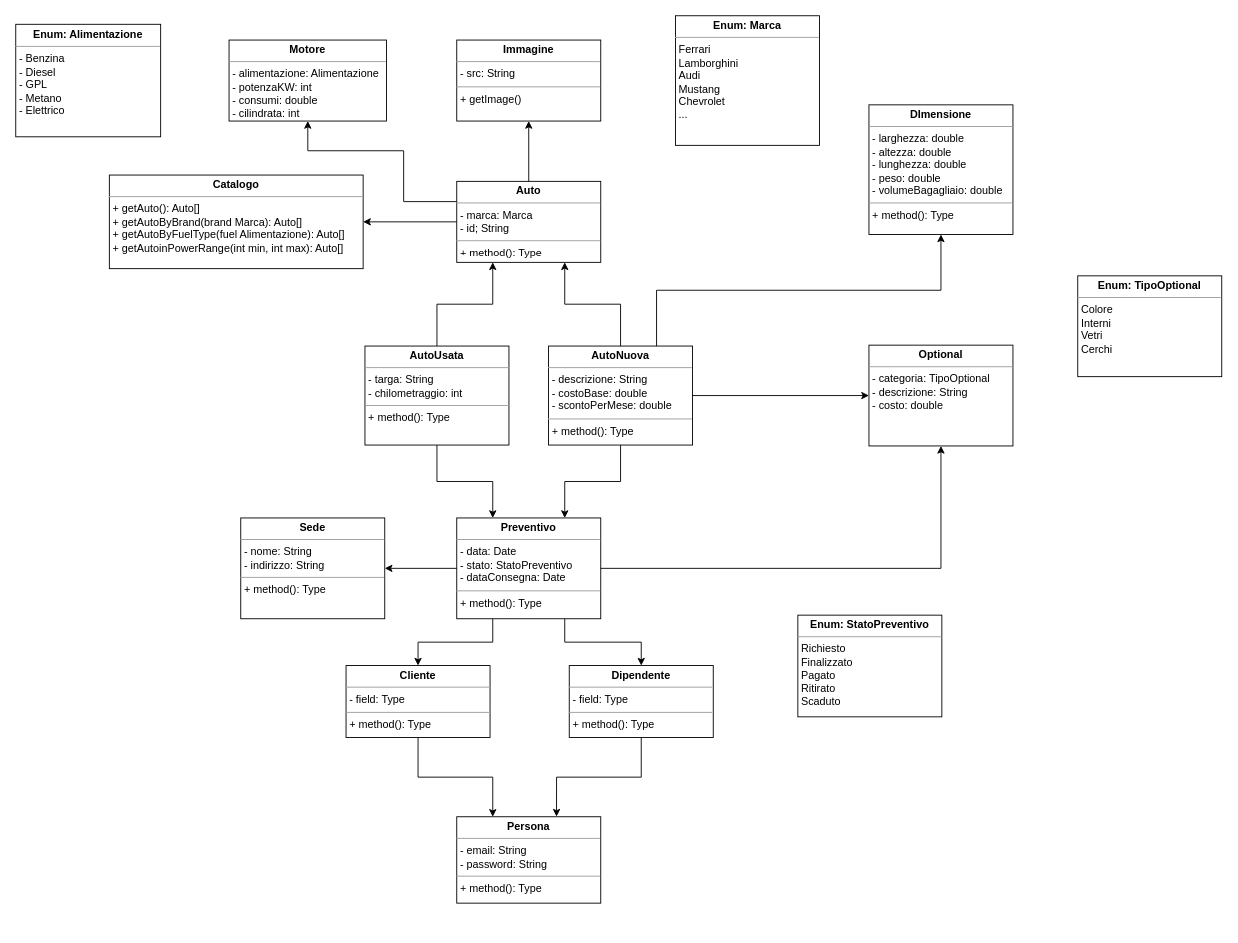
Earlier version of the draw.io diagram src/main/java/com/example/elaborato_ing/uml.drawio (losdav03/Elaborato_Ing). Source tidied: cells renumbered, new cells numbered last; positions are measured from the earlier drawing's top-left corner, leaving out a move shared by most shapes. Both pictures are drawn from the tidied source at 90%, with x=0, y=0 at pixel (15, 15).
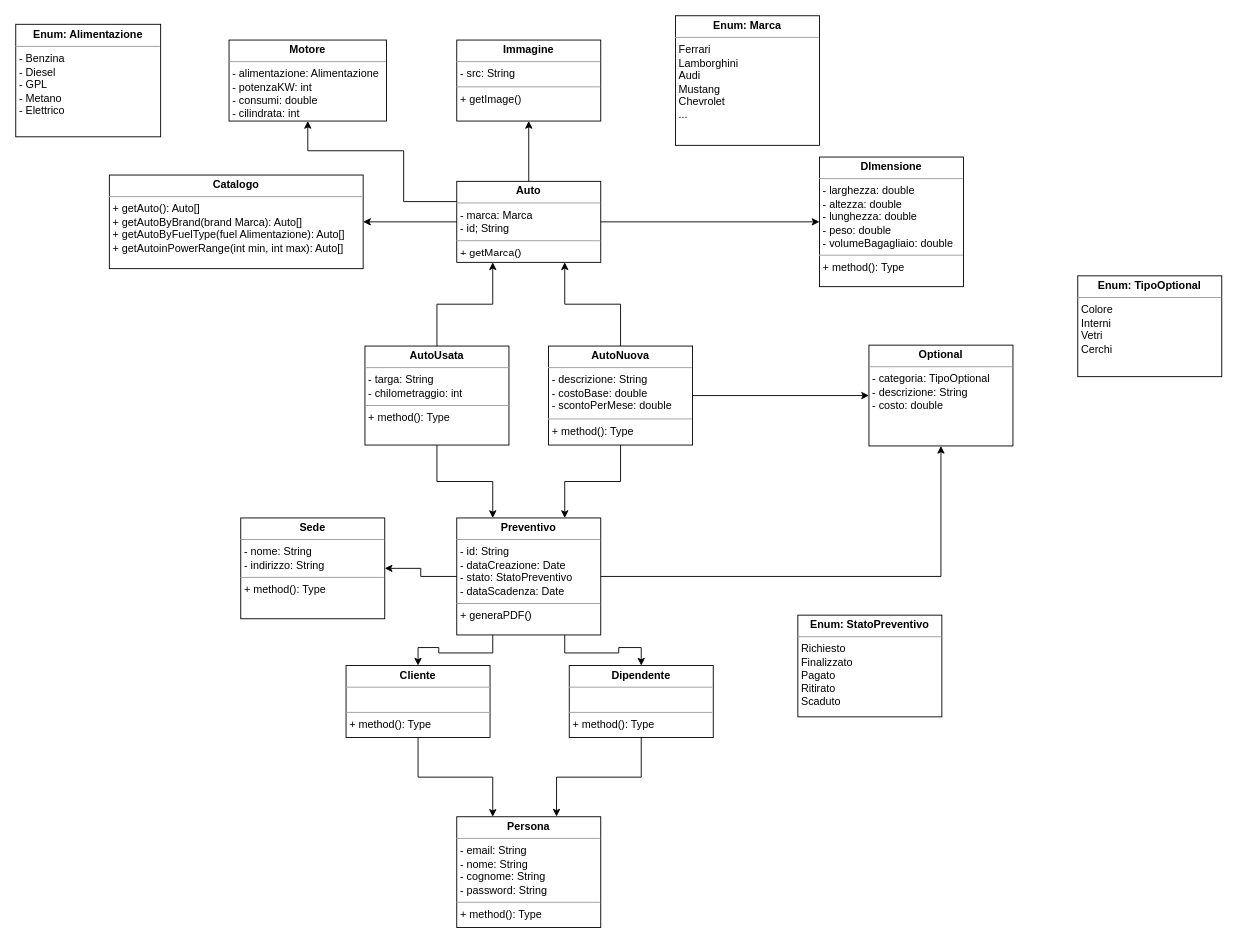
The same diagram, later.

Unchanged cells that the change refers to:
```xml
<mxCell id="13" value="&lt;p style=&quot;margin:0px;margin-top:4px;text-align:center;&quot;&gt;&lt;b&gt;AutoNuova&lt;/b&gt;&lt;/p&gt;&lt;hr size=&quot;1&quot;&gt;&lt;p style=&quot;margin:0px;margin-left:4px;&quot;&gt;- descrizione: String&lt;/p&gt;&lt;p style=&quot;margin:0px;margin-left:4px;&quot;&gt;- costoBase: double&lt;/p&gt;&lt;p style=&quot;margin:0px;margin-left:4px;&quot;&gt;- scontoPerMese: double&lt;/p&gt;&lt;hr size=&quot;1&quot;&gt;&lt;p style=&quot;margin:0px;margin-left:4px;&quot;&gt;+ method(): Type&lt;/p&gt;" style="verticalAlign=top;align=left;overflow=fill;fontSize=12;fontFamily=Helvetica;html=1;labelBackgroundColor=none;labelBorderColor=none;fillStyle=auto;strokeColor=#000000;fontColor=#000000;fillColor=none;gradientColor=none;" parent="1" vertex="1">
  <mxGeometry x="592" y="367" width="160" height="110" as="geometry" />
</mxCell>
```

The edit, as a diff of the source:
```diff
@@
-    <mxCell id="8" value="&lt;p style=&quot;margin:0px;margin-top:4px;text-align:center;&quot;&gt;&lt;b&gt;Auto&lt;/b&gt;&lt;/p&gt;&lt;hr size=&quot;1&quot;&gt;&lt;p style=&quot;margin:0px;margin-left:4px;&quot;&gt;- marca: Marca&lt;/p&gt;&lt;p style=&quot;margin:0px;margin-left:4px;&quot;&gt;- id; String&lt;/p&gt;&lt;hr size=&quot;1&quot;&gt;&lt;p style=&quot;margin:0px;margin-left:4px;&quot;&gt;+ method(): Type&lt;/p&gt;" style="verticalAlign=top;align=left;overflow=fill;fontSize=12;fontFamily=Helvetica;html=1;labelBackgroundColor=none;labelBorderColor=none;fillStyle=auto;strokeColor=#000000;fontColor=#000000;fillColor=none;gradientColor=none;" parent="1" vertex="1">
+    <mxCell id="8" value="&lt;p style=&quot;margin:0px;margin-top:4px;text-align:center;&quot;&gt;&lt;b&gt;Auto&lt;/b&gt;&lt;/p&gt;&lt;hr size=&quot;1&quot;&gt;&lt;p style=&quot;margin:0px;margin-left:4px;&quot;&gt;- marca: Marca&lt;/p&gt;&lt;p style=&quot;margin:0px;margin-left:4px;&quot;&gt;- id; String&lt;/p&gt;&lt;hr size=&quot;1&quot;&gt;&lt;p style=&quot;margin:0px;margin-left:4px;&quot;&gt;+ getMarca()&lt;/p&gt;&lt;p style=&quot;margin:0px;margin-left:4px;&quot;&gt;&lt;br&gt;&lt;/p&gt;" style="verticalAlign=top;align=left;overflow=fill;fontSize=12;fontFamily=Helvetica;html=1;labelBackgroundColor=none;labelBorderColor=none;fillStyle=auto;strokeColor=#000000;fontColor=#000000;fillColor=none;gradientColor=none;" parent="1" vertex="1">
       <mxGeometry x="490" y="184" width="160" height="90" as="geometry" />
     </mxCell>
@@
-    <mxCell id="12" style="edgeStyle=orthogonalEdgeStyle;rounded=0;jettySize=auto;html=1;exitX=0.75;exitY=0;exitDx=0;exitDy=0;strokeColor=#000000;" parent="1" edge="1" source="13" target="33">
+    <mxCell id="12" style="edgeStyle=orthogonalEdgeStyle;rounded=0;jettySize=auto;html=1;exitX=1;exitY=0.5;exitDx=0;exitDy=0;strokeColor=#000000;" parent="1" edge="1" source="8" target="33">
       <mxGeometry relative="1" as="geometry" />
     </mxCell>
@@
-    <mxCell id="19" value="&lt;p style=&quot;margin:0px;margin-top:4px;text-align:center;&quot;&gt;&lt;b&gt;Preventivo&lt;/b&gt;&lt;/p&gt;&lt;hr size=&quot;1&quot;&gt;&lt;p style=&quot;margin:0px;margin-left:4px;&quot;&gt;- data: Date&lt;/p&gt;&lt;p style=&quot;margin:0px;margin-left:4px;&quot;&gt;- stato: StatoPreventivo&lt;/p&gt;&lt;p style=&quot;margin:0px;margin-left:4px;&quot;&gt;- dataConsegna: Date&lt;/p&gt;&lt;hr size=&quot;1&quot;&gt;&lt;p style=&quot;margin:0px;margin-left:4px;&quot;&gt;+ method(): Type&lt;/p&gt;" style="verticalAlign=top;align=left;overflow=fill;fontSize=12;fontFamily=Helvetica;html=1;labelBackgroundColor=none;labelBorderColor=none;fillStyle=auto;strokeColor=#000000;fontColor=#000000;fillColor=none;gradientColor=none;" parent="1" vertex="1">
-      <mxGeometry x="490" y="558" width="160" height="112" as="geometry" />
+    <mxCell id="19" value="&lt;p style=&quot;margin:0px;margin-top:4px;text-align:center;&quot;&gt;&lt;b&gt;Preventivo&lt;/b&gt;&lt;/p&gt;&lt;hr size=&quot;1&quot;&gt;&lt;p style=&quot;margin:0px;margin-left:4px;&quot;&gt;- id: String&lt;/p&gt;&lt;p style=&quot;margin:0px;margin-left:4px;&quot;&gt;- dataCreazione: Date&lt;/p&gt;&lt;p style=&quot;margin:0px;margin-left:4px;&quot;&gt;- stato: StatoPreventivo&lt;/p&gt;&lt;p style=&quot;margin:0px;margin-left:4px;&quot;&gt;- dataScadenza: Date&lt;/p&gt;&lt;hr size=&quot;1&quot;&gt;&lt;p style=&quot;margin:0px;margin-left:4px;&quot;&gt;+ generaPDF()&lt;/p&gt;" style="verticalAlign=top;align=left;overflow=fill;fontSize=12;fontFamily=Helvetica;html=1;labelBackgroundColor=none;labelBorderColor=none;fillStyle=auto;strokeColor=#000000;fontColor=#000000;fillColor=none;gradientColor=none;" parent="1" vertex="1">
+      <mxGeometry x="490" y="558" width="160" height="130" as="geometry" />
     </mxCell>
@@
-    <mxCell id="22" value="&lt;p style=&quot;margin:0px;margin-top:4px;text-align:center;&quot;&gt;&lt;b&gt;Cliente&lt;/b&gt;&lt;/p&gt;&lt;hr size=&quot;1&quot;&gt;&lt;p style=&quot;margin:0px;margin-left:4px;&quot;&gt;- field: Type&lt;br&gt;&lt;/p&gt;&lt;hr size=&quot;1&quot;&gt;&lt;p style=&quot;margin:0px;margin-left:4px;&quot;&gt;+ method(): Type&lt;/p&gt;" style="verticalAlign=top;align=left;overflow=fill;fontSize=12;fontFamily=Helvetica;html=1;labelBackgroundColor=none;labelBorderColor=none;fillStyle=auto;strokeColor=#000000;fontColor=#000000;fillColor=none;gradientColor=none;" parent="1" vertex="1">
+    <mxCell id="22" value="&lt;p style=&quot;margin:0px;margin-top:4px;text-align:center;&quot;&gt;&lt;b&gt;Cliente&lt;/b&gt;&lt;/p&gt;&lt;hr size=&quot;1&quot;&gt;&lt;p style=&quot;margin:0px;margin-left:4px;&quot;&gt;&lt;br&gt;&lt;/p&gt;&lt;hr size=&quot;1&quot;&gt;&lt;p style=&quot;margin:0px;margin-left:4px;&quot;&gt;+ method(): Type&lt;/p&gt;" style="verticalAlign=top;align=left;overflow=fill;fontSize=12;fontFamily=Helvetica;html=1;labelBackgroundColor=none;labelBorderColor=none;fillStyle=auto;strokeColor=#000000;fontColor=#000000;fillColor=none;gradientColor=none;" parent="1" vertex="1">
       <mxGeometry x="367" y="722" width="160" height="80" as="geometry" />
     </mxCell>
-    <mxCell id="23" value="&lt;p style=&quot;margin:0px;margin-top:4px;text-align:center;&quot;&gt;&lt;b&gt;Persona&lt;/b&gt;&lt;/p&gt;&lt;hr size=&quot;1&quot;&gt;&lt;p style=&quot;margin:0px;margin-left:4px;&quot;&gt;- email: String&lt;br&gt;&lt;/p&gt;&lt;p style=&quot;margin:0px;margin-left:4px;&quot;&gt;- password: String&lt;/p&gt;&lt;hr size=&quot;1&quot;&gt;&lt;p style=&quot;margin:0px;margin-left:4px;&quot;&gt;+ method(): Type&lt;/p&gt;" style="verticalAlign=top;align=left;overflow=fill;fontSize=12;fontFamily=Helvetica;html=1;labelBackgroundColor=none;labelBorderColor=none;fillStyle=auto;strokeColor=#000000;fontColor=#000000;fillColor=none;gradientColor=none;" parent="1" vertex="1">
-      <mxGeometry x="490" y="890" width="160" height="96" as="geometry" />
+    <mxCell id="23" value="&lt;p style=&quot;margin:0px;margin-top:4px;text-align:center;&quot;&gt;&lt;b&gt;Persona&lt;/b&gt;&lt;/p&gt;&lt;hr size=&quot;1&quot;&gt;&lt;p style=&quot;margin:0px;margin-left:4px;&quot;&gt;&lt;span style=&quot;background-color: initial;&quot;&gt;- email: String&lt;/span&gt;&lt;br&gt;&lt;/p&gt;&lt;p style=&quot;margin:0px;margin-left:4px;&quot;&gt;&lt;span style=&quot;background-color: initial;&quot;&gt;- nome: String&lt;/span&gt;&lt;/p&gt;&lt;p style=&quot;margin:0px;margin-left:4px;&quot;&gt;- cognome: String&lt;/p&gt;&lt;p style=&quot;margin:0px;margin-left:4px;&quot;&gt;- password: String&lt;/p&gt;&lt;hr size=&quot;1&quot;&gt;&lt;p style=&quot;margin:0px;margin-left:4px;&quot;&gt;+ method(): Type&lt;/p&gt;" style="verticalAlign=top;align=left;overflow=fill;fontSize=12;fontFamily=Helvetica;html=1;labelBackgroundColor=none;labelBorderColor=none;fillStyle=auto;strokeColor=#000000;fontColor=#000000;fillColor=none;gradientColor=none;" parent="1" vertex="1">
+      <mxGeometry x="490" y="890" width="160" height="123" as="geometry" />
     </mxCell>
@@
-    <mxCell id="25" value="&lt;p style=&quot;margin:0px;margin-top:4px;text-align:center;&quot;&gt;&lt;b&gt;Dipendente&lt;/b&gt;&lt;/p&gt;&lt;hr size=&quot;1&quot;&gt;&lt;p style=&quot;margin:0px;margin-left:4px;&quot;&gt;- field: Type&lt;/p&gt;&lt;hr size=&quot;1&quot;&gt;&lt;p style=&quot;margin:0px;margin-left:4px;&quot;&gt;+ method(): Type&lt;/p&gt;" style="verticalAlign=top;align=left;overflow=fill;fontSize=12;fontFamily=Helvetica;html=1;labelBackgroundColor=none;labelBorderColor=none;fillStyle=auto;strokeColor=#000000;fontColor=#000000;fillColor=none;gradientColor=none;" parent="1" vertex="1">
+    <mxCell id="25" value="&lt;p style=&quot;margin:0px;margin-top:4px;text-align:center;&quot;&gt;&lt;b&gt;Dipendente&lt;/b&gt;&lt;/p&gt;&lt;hr size=&quot;1&quot;&gt;&lt;p style=&quot;margin:0px;margin-left:4px;&quot;&gt;&lt;br&gt;&lt;/p&gt;&lt;hr size=&quot;1&quot;&gt;&lt;p style=&quot;margin:0px;margin-left:4px;&quot;&gt;+ method(): Type&lt;/p&gt;" style="verticalAlign=top;align=left;overflow=fill;fontSize=12;fontFamily=Helvetica;html=1;labelBackgroundColor=none;labelBorderColor=none;fillStyle=auto;strokeColor=#000000;fontColor=#000000;fillColor=none;gradientColor=none;" parent="1" vertex="1">
       <mxGeometry x="615" y="722" width="160" height="80" as="geometry" />
     </mxCell>
@@
     <mxCell id="33" value="&lt;p style=&quot;margin:0px;margin-top:4px;text-align:center;&quot;&gt;&lt;b&gt;DImensione&lt;/b&gt;&lt;/p&gt;&lt;hr size=&quot;1&quot;&gt;&lt;p style=&quot;margin:0px;margin-left:4px;&quot;&gt;- larghezza: double&lt;br&gt;&lt;/p&gt;&lt;p style=&quot;margin:0px;margin-left:4px;&quot;&gt;- altezza: double&lt;/p&gt;&lt;p style=&quot;margin:0px;margin-left:4px;&quot;&gt;- lunghezza: double&lt;/p&gt;&lt;p style=&quot;margin:0px;margin-left:4px;&quot;&gt;- peso: double&lt;/p&gt;&lt;p style=&quot;margin:0px;margin-left:4px;&quot;&gt;- volumeBagagliaio: double&lt;/p&gt;&lt;hr size=&quot;1&quot;&gt;&lt;p style=&quot;margin:0px;margin-left:4px;&quot;&gt;+ method(): Type&lt;/p&gt;" style="verticalAlign=top;align=left;overflow=fill;fontSize=12;fontFamily=Helvetica;html=1;labelBackgroundColor=none;labelBorderColor=none;fillStyle=auto;strokeColor=#000000;fontColor=#000000;fillColor=none;gradientColor=none;" parent="1" vertex="1">
-      <mxGeometry x="948" y="99" width="160" height="144" as="geometry" />
+      <mxGeometry x="893" y="157" width="160" height="144" as="geometry" />
     </mxCell>
```
